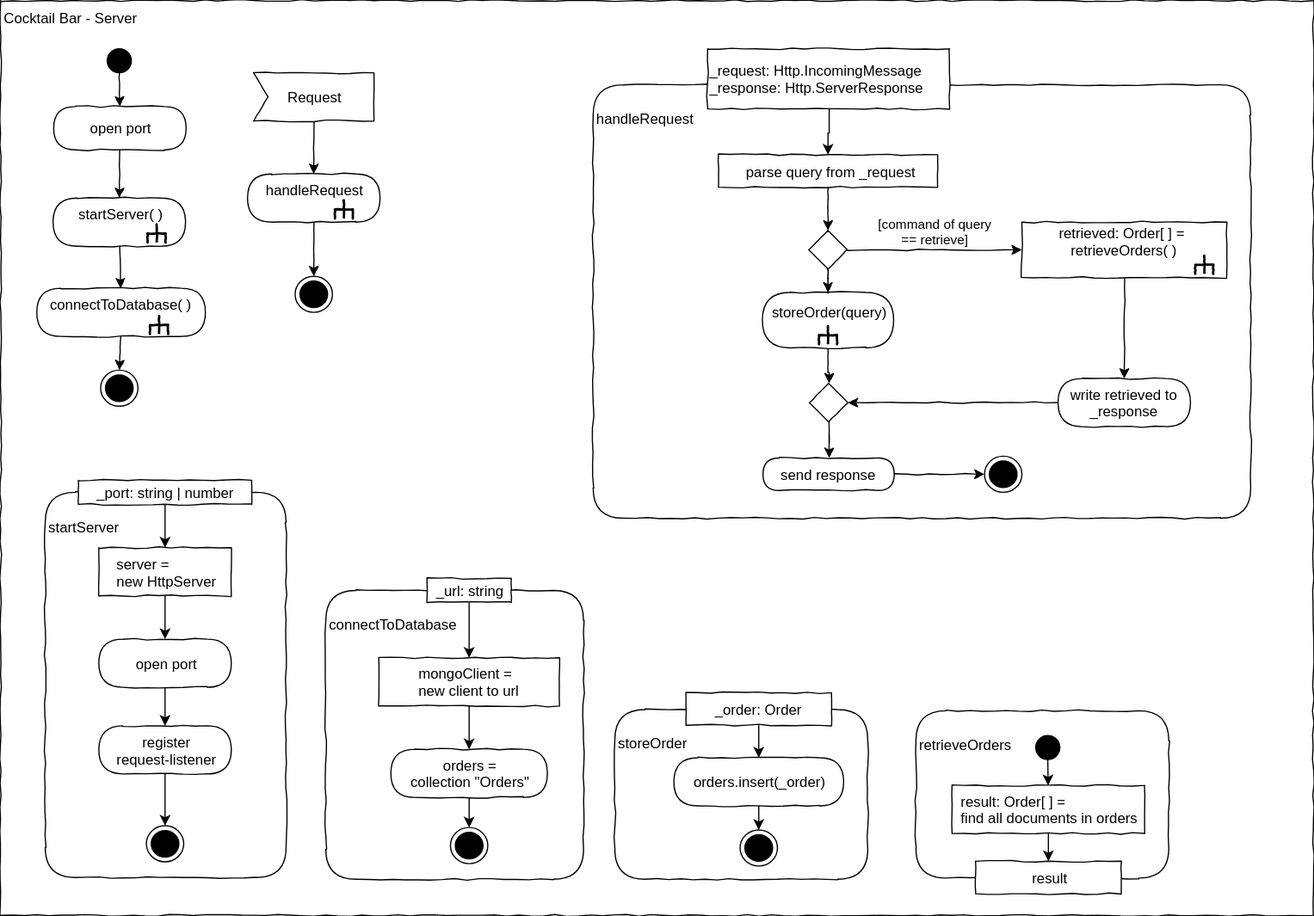
The draw.io diagram L07_Database/Material/draw.io/Activity.svg in JirkaDellOro/EIA2-Inverted, before a commit. Source tidied: cells renumbered, new cells last; positions are measured from the earlier drawing's top-left corner, leaving out a move shared by most shapes.
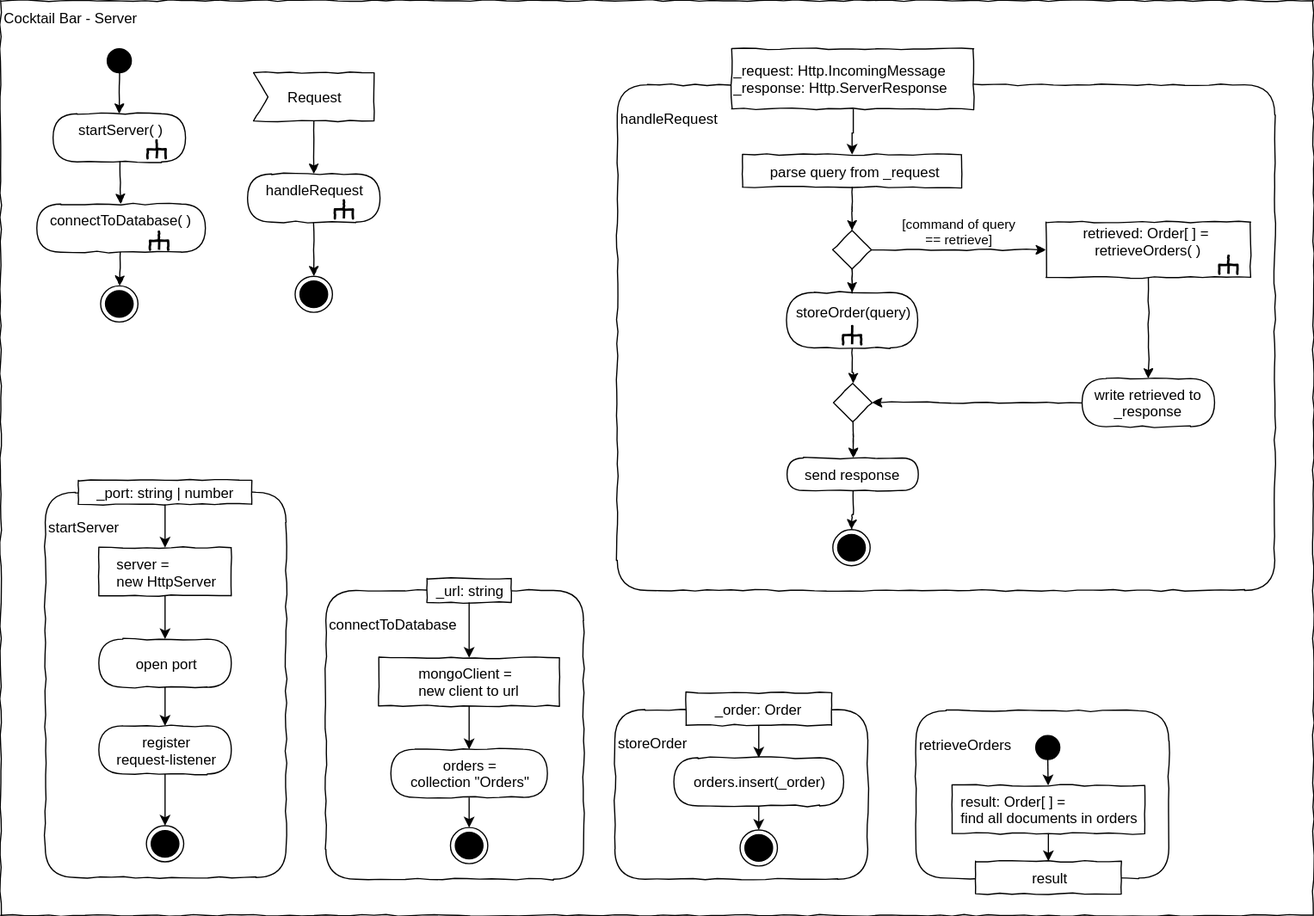
After the change.

Change to the diagram source:
```diff
@@ -12,16 +12,16 @@
       <mxGeometry x="88.5" y="40" width="20" height="20" as="geometry" />
     </mxCell>
     <mxCell id="5" style="ellipse;html=1;shape=endState;fillColor=#000000;strokeColor=#000000;comic=1;align=center;" parent="1" vertex="1">
-      <mxGeometry x="83" y="307" width="31" height="30" as="geometry" />
+      <mxGeometry x="83" y="237" width="31" height="30" as="geometry" />
     </mxCell>
     <mxCell id="6" style="edgeStyle=none;rounded=0;jettySize=auto;html=1;comic=1;" parent="1" edge="1" source="43" target="5">
       <mxGeometry relative="1" as="geometry" />
     </mxCell>
-    <mxCell id="7" style="edgeStyle=none;rounded=0;jettySize=auto;html=1;comic=1;" parent="1" edge="1" source="20" target="8">
+    <mxCell id="7" style="edgeStyle=none;rounded=0;jettySize=auto;html=1;comic=1;" parent="1" edge="1" source="4" target="8">
       <mxGeometry relative="1" as="geometry" />
     </mxCell>
     <mxCell id="8" value="startServer( )&lt;br&gt;&amp;nbsp;" style="rounded=1;whiteSpace=wrap;html=1;absoluteArcSize=1;arcSize=50;strokeWidth=1;shadow=0;comic=1;align=center;" parent="1" vertex="1">
-      <mxGeometry x="43.5" y="164" width="110" height="40" as="geometry" />
+      <mxGeometry x="43.5" y="94" width="110" height="40" as="geometry" />
     </mxCell>
     <mxCell id="9" style="edgeStyle=none;rounded=0;orthogonalLoop=1;jettySize=auto;html=1;" parent="1" edge="1">
       <mxGeometry relative="1" as="geometry">
@@ -34,40 +34,34 @@
       </mxGeometry>
     </mxCell>
     <mxCell id="11" value="&lt;div style=&quot;text-align: left&quot;&gt;&lt;br&gt;&lt;/div&gt;&lt;div style=&quot;text-align: left&quot;&gt;handleRequest&lt;/div&gt;" style="rounded=1;whiteSpace=wrap;html=1;shadow=0;glass=0;comic=1;strokeColor=#000000;labelPosition=center;verticalLabelPosition=middle;align=left;verticalAlign=top;absoluteArcSize=1;arcSize=50;" parent="1" vertex="1">
-      <mxGeometry x="492" y="70" width="546" height="360" as="geometry" />
+      <mxGeometry x="512" y="70" width="546" height="420" as="geometry" />
     </mxCell>
     <mxCell id="12" style="edgeStyle=orthogonalEdgeStyle;rounded=0;jettySize=auto;html=1;comic=1;" parent="1" edge="1" source="42" target="16">
       <mxGeometry relative="1" as="geometry" />
     </mxCell>
     <mxCell id="13" value="&lt;div style=&quot;text-align: left&quot;&gt;_request: Http.IncomingMessage _response: Http.ServerResponse&lt;/div&gt;" style="rounded=0;whiteSpace=wrap;html=1;comic=1;align=center;" parent="1" vertex="1">
-      <mxGeometry x="587" y="40" width="201" height="50" as="geometry" />
+      <mxGeometry x="607" y="40" width="201" height="50" as="geometry" />
     </mxCell>
     <mxCell id="14" style="ellipse;html=1;shape=endState;fillColor=#000000;strokeColor=#000000;comic=1;align=center;" parent="1" vertex="1">
-      <mxGeometry x="817" y="378.5" width="31" height="30" as="geometry" />
+      <mxGeometry x="691" y="439.5" width="31" height="30" as="geometry" />
     </mxCell>
     <mxCell id="15" style="edgeStyle=orthogonalEdgeStyle;rounded=0;jettySize=auto;html=1;comic=1;" parent="1" edge="1" source="16" target="14">
       <mxGeometry relative="1" as="geometry" />
     </mxCell>
     <mxCell id="16" value="send response" style="rounded=1;whiteSpace=wrap;html=1;absoluteArcSize=1;arcSize=50;strokeWidth=1;shadow=0;comic=1;align=center;verticalAlign=top;" parent="1" vertex="1">
-      <mxGeometry x="633" y="380" width="109" height="27" as="geometry" />
+      <mxGeometry x="653" y="380" width="109" height="27" as="geometry" />
     </mxCell>
     <mxCell id="17" style="edgeStyle=orthogonalEdgeStyle;rounded=0;comic=1;jettySize=auto;html=1;entryX=0.5;entryY=0;entryDx=0;entryDy=0;" parent="1" edge="1" source="18" target="42">
       <mxGeometry relative="1" as="geometry" />
     </mxCell>
     <mxCell id="18" value="&lt;div style=&quot;text-align: left&quot;&gt;storeOrder(query)&lt;/div&gt;&lt;div style=&quot;text-align: left&quot;&gt;&lt;br&gt;&lt;/div&gt;" style="rounded=1;whiteSpace=wrap;html=1;absoluteArcSize=1;arcSize=50;strokeWidth=1;shadow=0;comic=1;fontFamily=Helvetica;fontSize=12;fontColor=#000000;align=center;strokeColor=#000000;fillColor=#ffffff;" parent="1" vertex="1">
-      <mxGeometry x="632.5" y="242.5" width="109" height="46" as="geometry" />
+      <mxGeometry x="652.5" y="242.5" width="109" height="46" as="geometry" />
     </mxCell>
     <mxCell id="19" style="edgeStyle=orthogonalEdgeStyle;rounded=0;jettySize=auto;html=1;comic=1;" parent="1" edge="1" source="30" target="18">
       <mxGeometry relative="1" as="geometry" />
     </mxCell>
-    <mxCell id="20" value="open port" style="rounded=1;whiteSpace=wrap;html=1;absoluteArcSize=1;arcSize=50;strokeWidth=1;shadow=0;comic=1;align=center;" parent="1" vertex="1">
-      <mxGeometry x="44" y="88" width="110" height="36" as="geometry" />
-    </mxCell>
-    <mxCell id="21" style="edgeStyle=none;rounded=0;jettySize=auto;html=1;comic=1;" parent="1" edge="1" source="4" target="20">
-      <mxGeometry relative="1" as="geometry" />
-    </mxCell>
     <mxCell id="22" value="&amp;nbsp;parse query&amp;nbsp;from _request" style="rounded=0;whiteSpace=wrap;html=1;shadow=0;fontFamily=Helvetica;fontSize=12;fontColor=#000000;align=center;strokeColor=#000000;strokeWidth=1;fillColor=#ffffff;comic=1;" parent="1" vertex="1">
-      <mxGeometry x="596" y="128" width="182" height="27" as="geometry" />
+      <mxGeometry x="616" y="128" width="182" height="27" as="geometry" />
     </mxCell>
     <mxCell id="23" style="edgeStyle=orthogonalEdgeStyle;rounded=0;jettySize=auto;html=1;" parent="1" edge="1" source="13" target="22">
       <mxGeometry relative="1" as="geometry" />
@@ -91,7 +85,7 @@
       <mxGeometry relative="1" as="geometry" />
     </mxCell>
     <mxCell id="30" style="rhombus;whiteSpace=wrap;html=1;rounded=0;shadow=0;glass=0;comic=1;strokeColor=#000000;align=left;" parent="1" vertex="1">
-      <mxGeometry x="671" y="191" width="32" height="32" as="geometry" />
+      <mxGeometry x="691" y="191" width="32" height="32" as="geometry" />
     </mxCell>
     <mxCell id="31" style="edgeStyle=orthogonalEdgeStyle;rounded=0;jettySize=auto;html=1;comic=1;" parent="1" edge="1" source="22" target="30">
       <mxGeometry relative="1" as="geometry" />
@@ -100,16 +94,16 @@
       <mxGeometry relative="1" as="geometry" />
     </mxCell>
     <mxCell id="33" value="&lt;div&gt;retrieved: Order[ ] =&amp;nbsp;&lt;/div&gt;&lt;div&gt;retrieveOrders( )&lt;/div&gt;&lt;div&gt;&lt;br&gt;&lt;/div&gt;" style="rounded=0;whiteSpace=wrap;html=1;comic=1;align=center;" parent="1" vertex="1">
-      <mxGeometry x="848" y="184" width="170" height="46" as="geometry" />
+      <mxGeometry x="868" y="184" width="170" height="46" as="geometry" />
     </mxCell>
     <mxCell id="34" style="edgeStyle=orthogonalEdgeStyle;rounded=0;comic=1;jettySize=auto;html=1;" parent="1" edge="1" source="35" target="42">
       <mxGeometry relative="1" as="geometry" />
     </mxCell>
     <mxCell id="35" value="write retrieved to _response" style="rounded=1;whiteSpace=wrap;html=1;absoluteArcSize=1;arcSize=50;strokeWidth=1;shadow=0;comic=1;" parent="1" vertex="1">
-      <mxGeometry x="878" y="314" width="110" height="40" as="geometry" />
+      <mxGeometry x="898" y="314" width="110" height="40" as="geometry" />
     </mxCell>
     <mxCell id="36" style="group;rotation=90;align=left;" parent="1" vertex="1">
-      <mxGeometry x="990" y="207" width="20" height="20" as="geometry" />
+      <mxGeometry x="1010" y="207" width="20" height="20" as="geometry" />
     </mxCell>
     <mxCell id="37" style="strokeWidth=2;html=1;shape=mxgraph.flowchart.annotation_2;align=left;rounded=1;comic=1;rotation=90;" parent="36" vertex="1">
       <mxGeometry x="2" y="5" width="15" height="15" as="geometry" />
@@ -118,7 +112,7 @@
       <mxGeometry relative="1" as="geometry" />
     </mxCell>
     <mxCell id="39" style="group;rotation=90;align=left;" parent="1" vertex="1">
-      <mxGeometry x="677.5" y="265.5" width="20" height="20" as="geometry" />
+      <mxGeometry x="697.5" y="265.5" width="20" height="20" as="geometry" />
     </mxCell>
     <mxCell id="40" style="strokeWidth=2;html=1;shape=mxgraph.flowchart.annotation_2;align=left;rounded=1;comic=1;rotation=90;" parent="39" vertex="1">
       <mxGeometry x="2" y="5" width="15" height="15" as="geometry" />
@@ -127,16 +121,16 @@
       <mxGeometry relative="1" as="geometry" />
     </mxCell>
     <mxCell id="42" style="rhombus;whiteSpace=wrap;html=1;rounded=0;shadow=0;glass=0;comic=1;strokeColor=#000000;align=left;" parent="1" vertex="1">
-      <mxGeometry x="671.5" y="318" width="32" height="32" as="geometry" />
+      <mxGeometry x="691.5" y="318" width="32" height="32" as="geometry" />
     </mxCell>
     <mxCell id="43" value="connectToDatabase( )&lt;br&gt;&amp;nbsp;" style="rounded=1;whiteSpace=wrap;html=1;absoluteArcSize=1;arcSize=50;strokeWidth=1;shadow=0;comic=1;align=center;" parent="1" vertex="1">
-      <mxGeometry x="30" y="239" width="140" height="40" as="geometry" />
+      <mxGeometry x="30" y="169" width="140" height="40" as="geometry" />
     </mxCell>
     <mxCell id="44" style="edgeStyle=none;rounded=0;jettySize=auto;html=1;comic=1;" parent="1" edge="1" source="8" target="43">
       <mxGeometry relative="1" as="geometry" />
     </mxCell>
     <mxCell id="45" style="group;rotation=90;align=center;" parent="1" vertex="1">
-      <mxGeometry x="120" y="181" width="20" height="20" as="geometry" />
+      <mxGeometry x="120" y="111" width="20" height="20" as="geometry" />
     </mxCell>
     <mxCell id="46" style="strokeWidth=2;html=1;shape=mxgraph.flowchart.annotation_2;align=left;rounded=1;comic=1;rotation=90;" parent="45" vertex="1">
       <mxGeometry x="2" y="5" width="15" height="15" as="geometry" />
@@ -147,7 +141,7 @@
       </mxGeometry>
     </mxCell>
     <mxCell id="48" style="group;rotation=90;align=center;" parent="1" vertex="1">
-      <mxGeometry x="122" y="257" width="20" height="20" as="geometry" />
+      <mxGeometry x="122" y="187" width="20" height="20" as="geometry" />
     </mxCell>
     <mxCell id="49" style="strokeWidth=2;html=1;shape=mxgraph.flowchart.annotation_2;align=left;rounded=1;comic=1;rotation=90;" parent="48" vertex="1">
       <mxGeometry x="2" y="5" width="15" height="15" as="geometry" />
```
